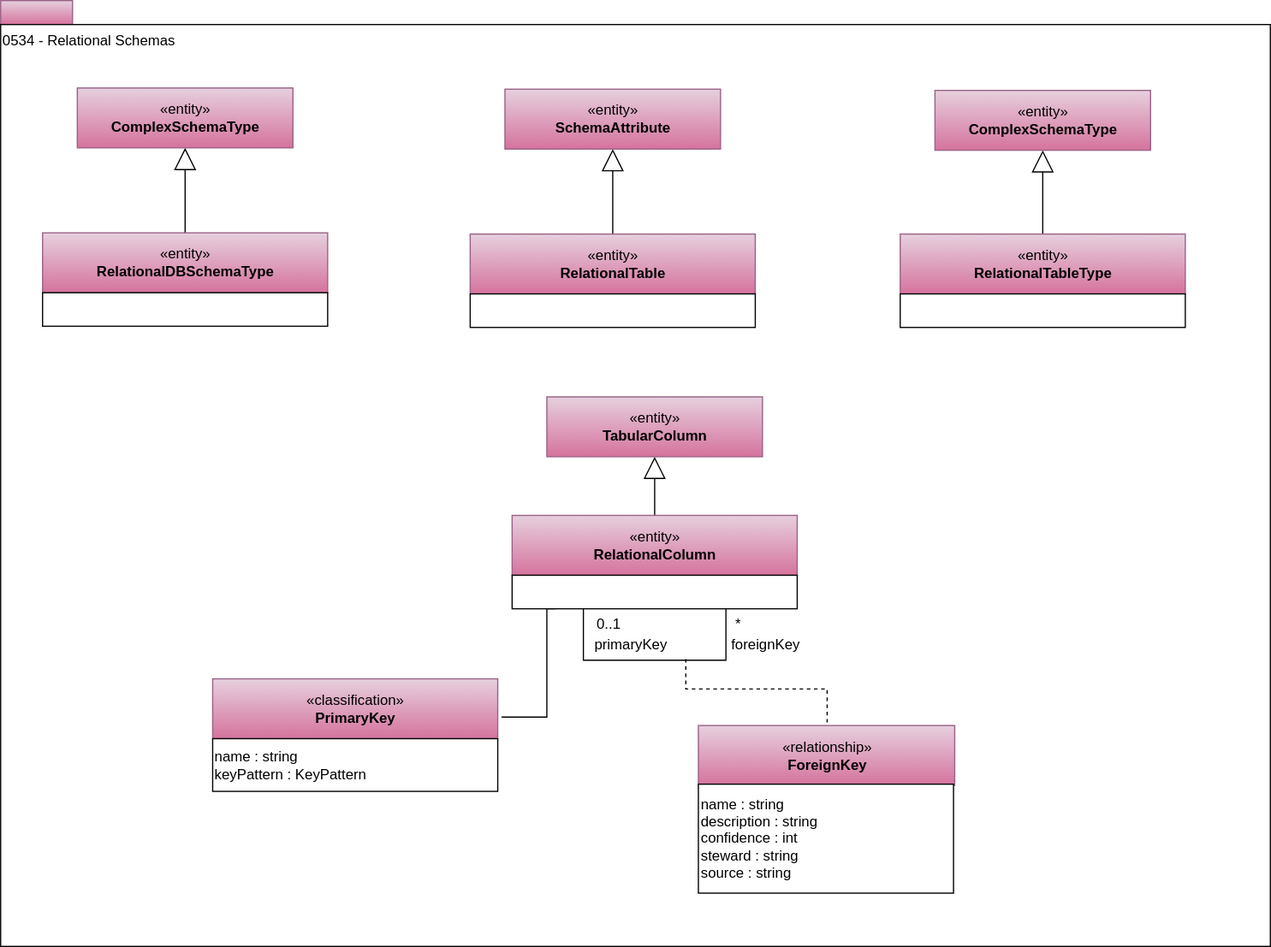
Earlier version of the draw.io export site/docs/types/5/0534-Relational-Schemas.svg (odpi/egeria-docs). Source tidied: cells renumbered, new cells last; positions are measured from the earlier drawing's top-left corner, leaving out a move shared by most shapes.
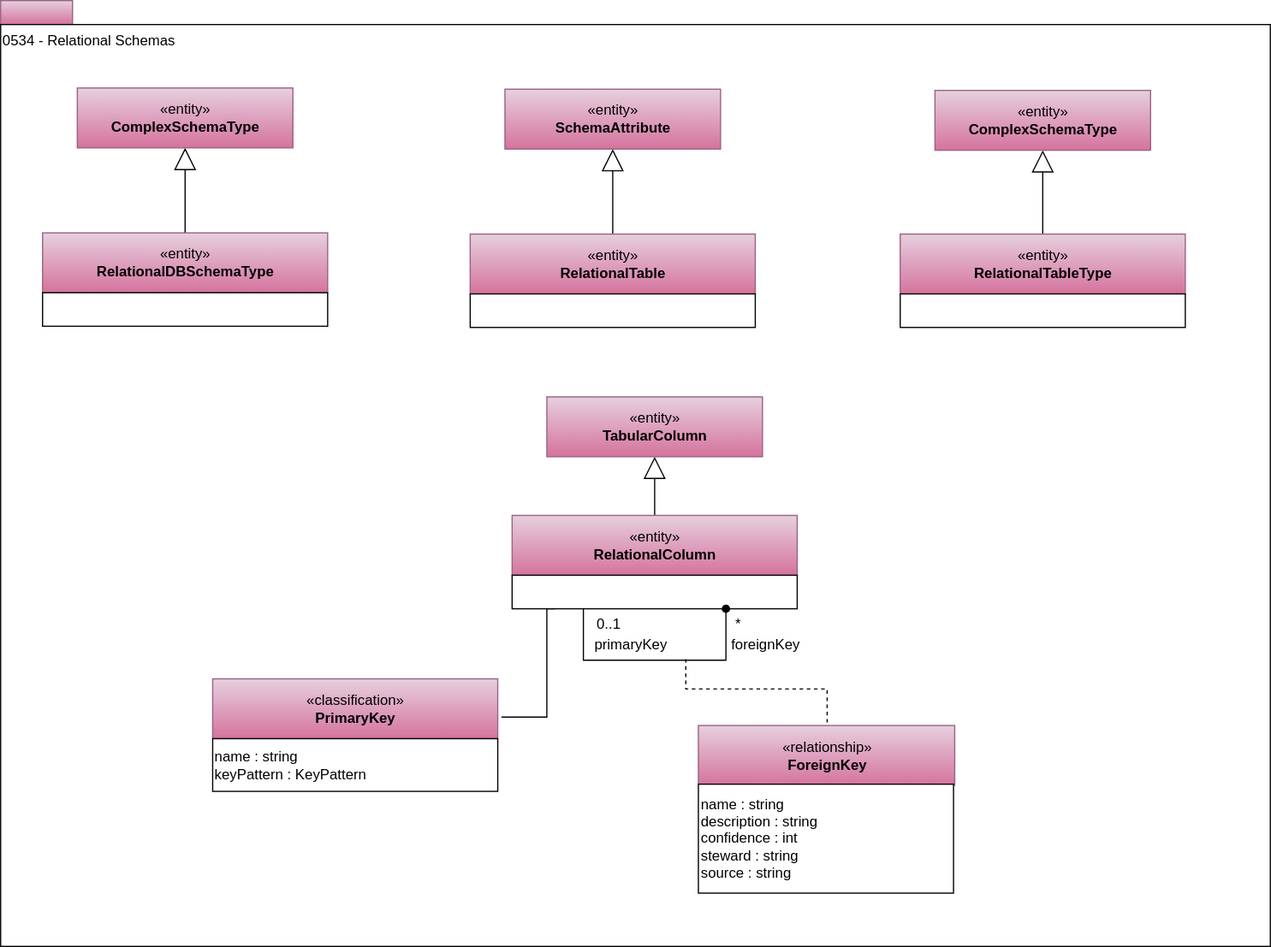
Above is the later version.

What changed in the source:
```diff
@@ -41,7 +41,7 @@
     <mxCell id="12" value="«entity»&lt;br&gt;&lt;b&gt;TabularColumn&lt;/b&gt;" style="html=1;strokeColor=#996185;align=center;fillColor=#e6d0de;gradientColor=#d5739d;" parent="1" vertex="1">
       <mxGeometry x="456" y="331" width="180" height="50" as="geometry" />
     </mxCell>
-    <mxCell id="13" style="edgeStyle=orthogonalEdgeStyle;rounded=0;orthogonalLoop=1;jettySize=auto;html=1;exitX=0.75;exitY=1;exitDx=0;exitDy=0;entryX=0.25;entryY=1;entryDx=0;entryDy=0;endArrow=none;endFill=0;" parent="1" edge="1" source="11" target="11">
+    <mxCell id="13" style="edgeStyle=orthogonalEdgeStyle;rounded=0;orthogonalLoop=1;jettySize=auto;html=1;exitX=0.75;exitY=1;exitDx=0;exitDy=0;entryX=0.25;entryY=1;entryDx=0;entryDy=0;endArrow=none;endFill=0;startArrow=oval;startFill=1;" parent="1" edge="1" source="11" target="11">
       <mxGeometry relative="1" as="geometry">
         <Array as="points">
           <mxPoint x="606" y="551" />
```
